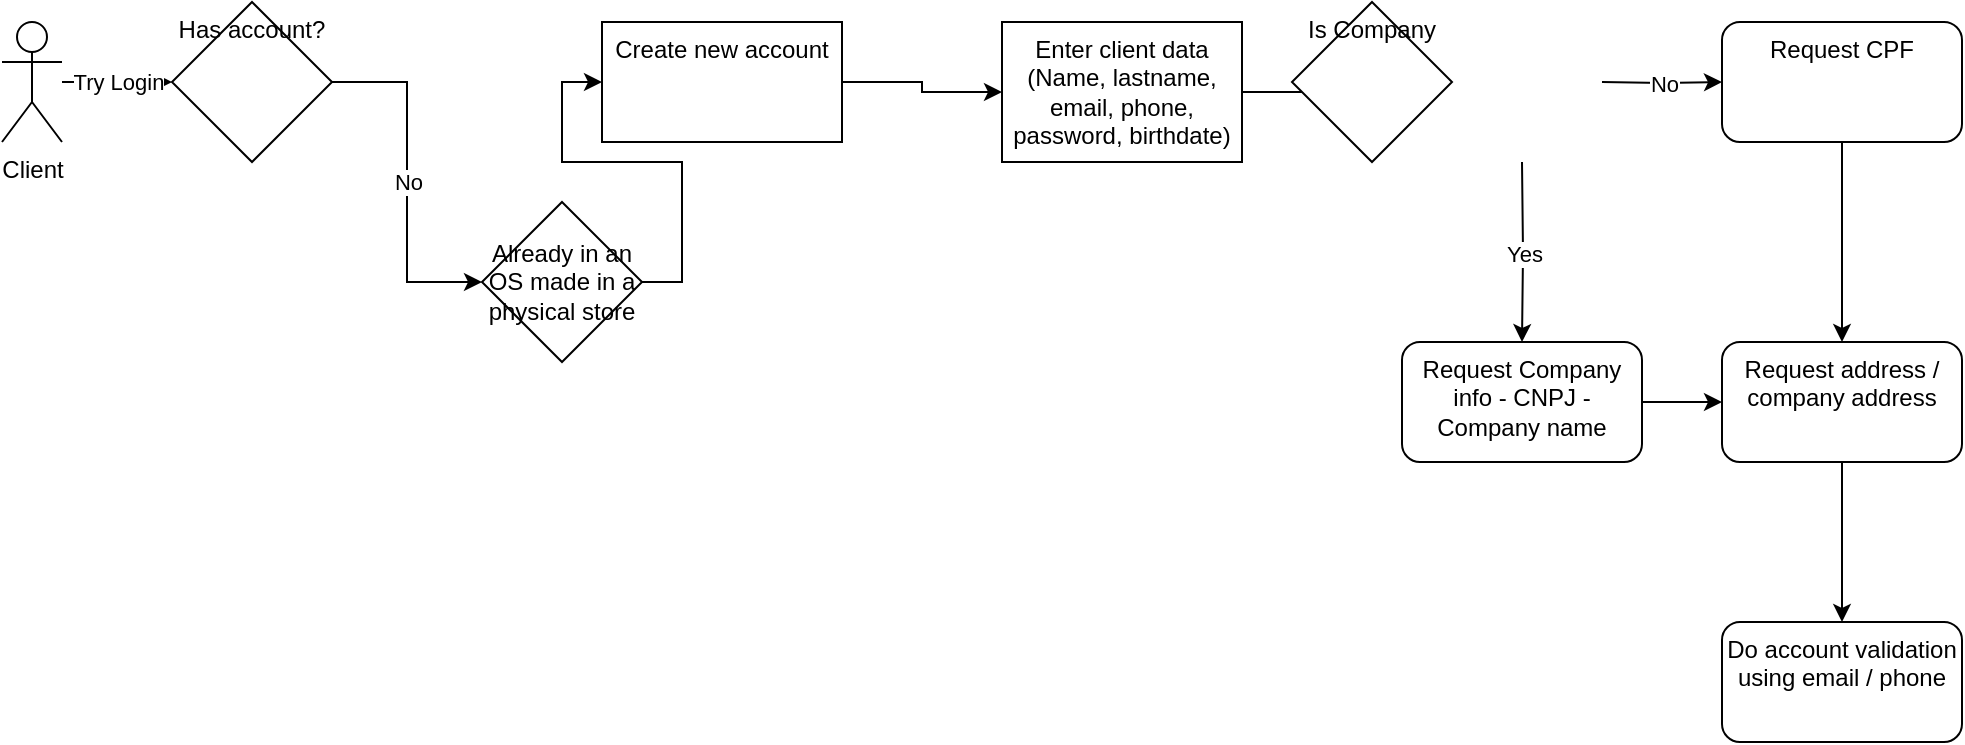
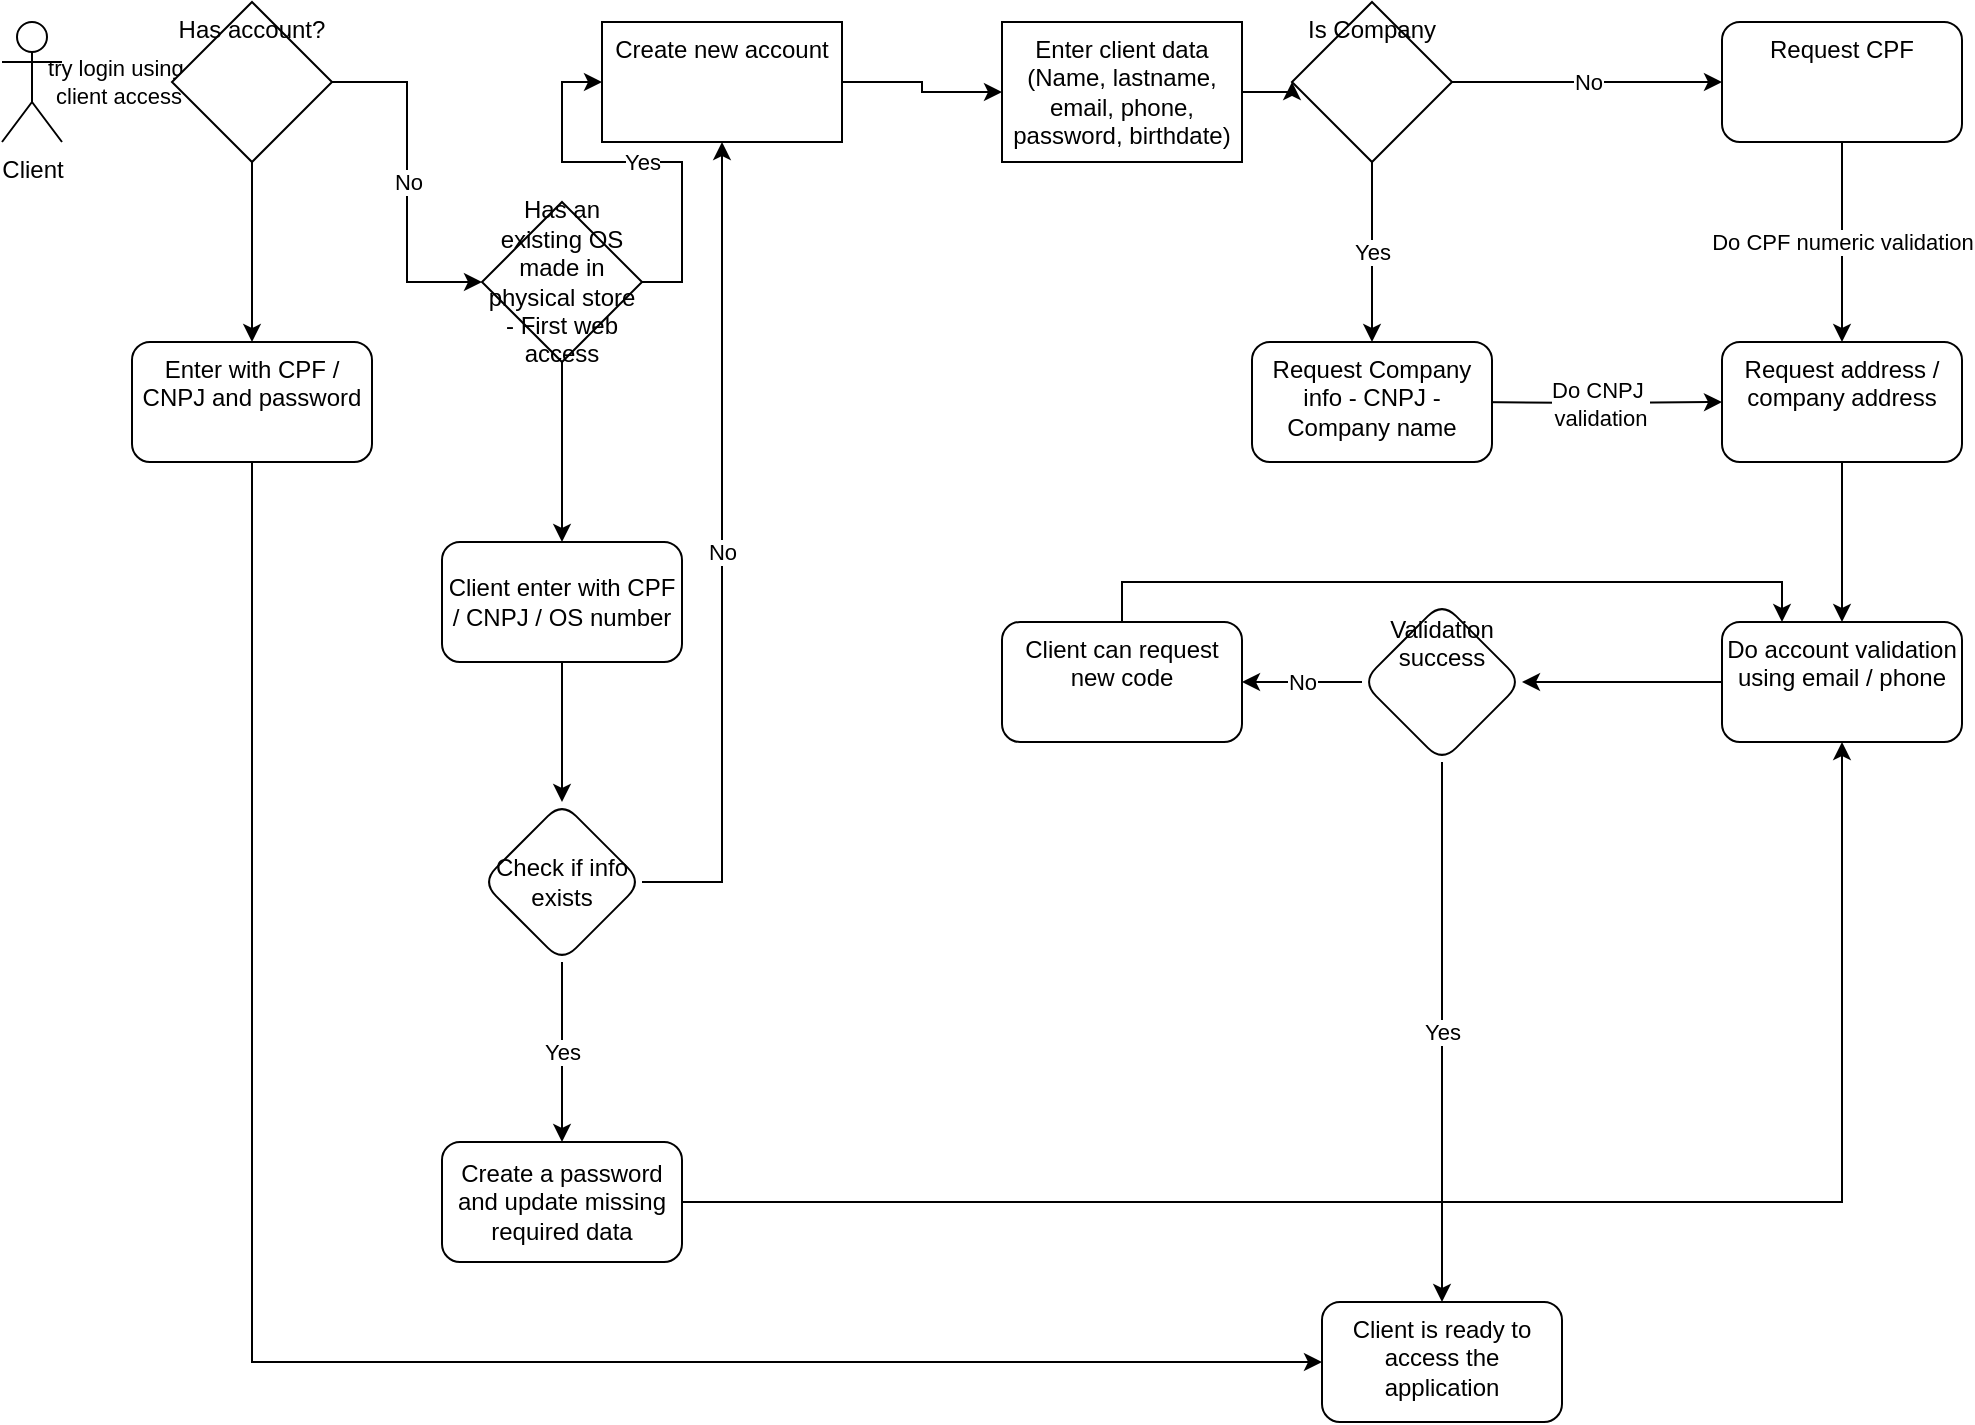
<mxfile host="app.diagrams.net">
  <diagram name="Página-1" id="w7HYpww9-J7Z20PZzRJU">
-     <mxGraphModel dx="1414" dy="743" grid="1" gridSize="10" guides="1" tooltips="1" connect="1" arrows="1" fold="1" page="1" pageScale="1" pageWidth="827" pageHeight="1169" math="0" shadow="0">
+     <mxGraphModel dx="1664" dy="874" grid="1" gridSize="10" guides="1" tooltips="1" connect="1" arrows="1" fold="1" page="1" pageScale="1" pageWidth="827" pageHeight="1169" math="0" shadow="0">
      <root>
        <mxCell id="0" />
        <mxCell id="1" parent="0" />
-         <mxCell id="S1UZLs32Uq9Vu9_8KYrw-8" edge="1" parent="1" source="S1UZLs32Uq9Vu9_8KYrw-1" style="edgeStyle=orthogonalEdgeStyle;rounded=0;orthogonalLoop=1;jettySize=auto;html=1;" target="S1UZLs32Uq9Vu9_8KYrw-7" value="Try Login">
-           <mxGeometry relative="1" as="geometry" />
+         <mxCell id="S1UZLs32Uq9Vu9_8KYrw-8" edge="1" parent="1" source="S1UZLs32Uq9Vu9_8KYrw-1" style="edgeStyle=orthogonalEdgeStyle;rounded=0;orthogonalLoop=1;jettySize=auto;html=1;" target="S1UZLs32Uq9Vu9_8KYrw-7" value="try login using&amp;nbsp;&lt;div&gt;client access&lt;/div&gt;">
+           <mxGeometry relative="1" x="0.0182" as="geometry">
+             <mxPoint as="offset" />
+           </mxGeometry>
        </mxCell>
        <mxCell id="S1UZLs32Uq9Vu9_8KYrw-1" parent="1" style="shape=umlActor;verticalLabelPosition=bottom;verticalAlign=top;html=1;outlineConnect=0;" value="Client" vertex="1">
          <mxGeometry height="60" width="30" x="10" y="10" as="geometry" />
        </mxCell>
        <mxCell id="S1UZLs32Uq9Vu9_8KYrw-10" edge="1" parent="1" source="S1UZLs32Uq9Vu9_8KYrw-7" style="edgeStyle=orthogonalEdgeStyle;rounded=0;orthogonalLoop=1;jettySize=auto;html=1;entryX=0;entryY=0.5;entryDx=0;entryDy=0;" target="S1UZLs32Uq9Vu9_8KYrw-26" value="No">
          <mxGeometry relative="1" as="geometry">
            <mxPoint x="240" y="40" as="targetPoint" />
          </mxGeometry>
        </mxCell>
+         <mxCell id="euwPyyy4HeOdZjgNxWr8-26" edge="1" parent="1" source="S1UZLs32Uq9Vu9_8KYrw-7" style="edgeStyle=orthogonalEdgeStyle;rounded=0;orthogonalLoop=1;jettySize=auto;html=1;" target="euwPyyy4HeOdZjgNxWr8-25" value="">
+           <mxGeometry relative="1" as="geometry" />
+         </mxCell>
        <mxCell id="S1UZLs32Uq9Vu9_8KYrw-7" parent="1" style="rhombus;whiteSpace=wrap;html=1;verticalAlign=top;" value="Has account?" vertex="1">
          <mxGeometry height="80" width="80" x="95" as="geometry" />
        </mxCell>
-         <mxCell id="S1UZLs32Uq9Vu9_8KYrw-12" edge="1" parent="1" source="S1UZLs32Uq9Vu9_8KYrw-9" style="edgeStyle=orthogonalEdgeStyle;rounded=0;orthogonalLoop=1;jettySize=auto;html=1;" target="S1UZLs32Uq9Vu9_8KYrw-11" value="">
-           <mxGeometry relative="1" as="geometry" />
+         <mxCell id="S1UZLs32Uq9Vu9_8KYrw-12" edge="1" parent="1" source="S1UZLs32Uq9Vu9_8KYrw-9" style="edgeStyle=orthogonalEdgeStyle;rounded=0;orthogonalLoop=1;jettySize=auto;html=1;entryX=0;entryY=0.5;entryDx=0;entryDy=0;" target="S1UZLs32Uq9Vu9_8KYrw-11" value="">
+           <mxGeometry relative="1" as="geometry">
+             <Array as="points">
+               <mxPoint x="470" y="40" />
+               <mxPoint x="470" y="45" />
+             </Array>
+             <mxPoint x="480" y="100" as="targetPoint" />
+           </mxGeometry>
        </mxCell>
        <mxCell id="S1UZLs32Uq9Vu9_8KYrw-9" parent="1" style="whiteSpace=wrap;html=1;verticalAlign=top;" value="Create new account" vertex="1">
          <mxGeometry height="60" width="120" x="310" y="10" as="geometry" />
        </mxCell>
-         <mxCell id="S1UZLs32Uq9Vu9_8KYrw-14" edge="1" parent="1" source="S1UZLs32Uq9Vu9_8KYrw-11" style="edgeStyle=orthogonalEdgeStyle;rounded=0;orthogonalLoop=1;jettySize=auto;html=1;" value="">
-           <mxGeometry relative="1" as="geometry">
-             <mxPoint x="730" y="40" as="targetPoint" />
-           </mxGeometry>
+         <mxCell id="euwPyyy4HeOdZjgNxWr8-1" edge="1" parent="1" source="S1UZLs32Uq9Vu9_8KYrw-11" style="edgeStyle=orthogonalEdgeStyle;rounded=0;orthogonalLoop=1;jettySize=auto;html=1;exitX=1;exitY=0.5;exitDx=0;exitDy=0;entryX=0;entryY=0.5;entryDx=0;entryDy=0;" target="S1UZLs32Uq9Vu9_8KYrw-13">
+           <mxGeometry relative="1" as="geometry" />
        </mxCell>
        <mxCell id="S1UZLs32Uq9Vu9_8KYrw-11" parent="1" style="whiteSpace=wrap;html=1;verticalAlign=top;" value="Enter client data (Name, lastname, email, phone, password, birthdate)" vertex="1">
          <mxGeometry height="70" width="120" x="510" y="10" as="geometry" />
        </mxCell>
-         <mxCell id="S1UZLs32Uq9Vu9_8KYrw-16" edge="1" parent="1" style="edgeStyle=orthogonalEdgeStyle;rounded=0;orthogonalLoop=1;jettySize=auto;html=1;" target="S1UZLs32Uq9Vu9_8KYrw-15" value="Yes">
+         <mxCell id="S1UZLs32Uq9Vu9_8KYrw-16" edge="1" parent="1" source="S1UZLs32Uq9Vu9_8KYrw-13" style="edgeStyle=orthogonalEdgeStyle;rounded=0;orthogonalLoop=1;jettySize=auto;html=1;exitX=0.5;exitY=1;exitDx=0;exitDy=0;" target="S1UZLs32Uq9Vu9_8KYrw-15" value="Yes">
          <mxGeometry relative="1" as="geometry">
            <mxPoint x="770" y="80" as="sourcePoint" />
          </mxGeometry>
        </mxCell>
-         <mxCell id="S1UZLs32Uq9Vu9_8KYrw-18" edge="1" parent="1" style="edgeStyle=orthogonalEdgeStyle;rounded=0;orthogonalLoop=1;jettySize=auto;html=1;" target="S1UZLs32Uq9Vu9_8KYrw-17" value="No">
+         <mxCell id="S1UZLs32Uq9Vu9_8KYrw-18" edge="1" parent="1" source="S1UZLs32Uq9Vu9_8KYrw-13" style="edgeStyle=orthogonalEdgeStyle;rounded=0;orthogonalLoop=1;jettySize=auto;html=1;exitX=1;exitY=0.5;exitDx=0;exitDy=0;" target="S1UZLs32Uq9Vu9_8KYrw-17" value="No">
          <mxGeometry relative="1" as="geometry">
            <mxPoint x="810" y="40" as="sourcePoint" />
          </mxGeometry>
        </mxCell>
        <mxCell id="S1UZLs32Uq9Vu9_8KYrw-13" parent="1" style="rhombus;whiteSpace=wrap;html=1;verticalAlign=top;" value="Is Company" vertex="1">
          <mxGeometry height="80" width="80" x="655" as="geometry" />
        </mxCell>
-         <mxCell id="S1UZLs32Uq9Vu9_8KYrw-21" edge="1" parent="1" source="S1UZLs32Uq9Vu9_8KYrw-15" style="edgeStyle=orthogonalEdgeStyle;rounded=0;orthogonalLoop=1;jettySize=auto;html=1;exitX=1;exitY=0.5;exitDx=0;exitDy=0;entryX=0;entryY=0.5;entryDx=0;entryDy=0;" target="S1UZLs32Uq9Vu9_8KYrw-19">
-           <mxGeometry relative="1" as="geometry" />
+         <mxCell id="S1UZLs32Uq9Vu9_8KYrw-21" edge="1" parent="1" style="edgeStyle=orthogonalEdgeStyle;rounded=0;orthogonalLoop=1;jettySize=auto;html=1;exitX=1;exitY=0.5;exitDx=0;exitDy=0;entryX=0;entryY=0.5;entryDx=0;entryDy=0;" target="S1UZLs32Uq9Vu9_8KYrw-19" value="Do CNPJ&amp;nbsp;&lt;div&gt;validation&lt;/div&gt;">
+           <mxGeometry relative="1" as="geometry">
+             <mxPoint x="746" y="200" as="sourcePoint" />
+             <mxPoint x="861" y="200" as="targetPoint" />
+           </mxGeometry>
        </mxCell>
        <mxCell id="S1UZLs32Uq9Vu9_8KYrw-15" parent="1" style="rounded=1;whiteSpace=wrap;html=1;verticalAlign=top;" value="Request Company info - CNPJ - Company name" vertex="1">
-           <mxGeometry height="60" width="120" x="710" y="170" as="geometry" />
+           <mxGeometry height="60" width="120" x="635" y="170" as="geometry" />
        </mxCell>
-         <mxCell id="S1UZLs32Uq9Vu9_8KYrw-20" edge="1" parent="1" source="S1UZLs32Uq9Vu9_8KYrw-17" style="edgeStyle=orthogonalEdgeStyle;rounded=0;orthogonalLoop=1;jettySize=auto;html=1;" target="S1UZLs32Uq9Vu9_8KYrw-19" value="">
+         <mxCell id="S1UZLs32Uq9Vu9_8KYrw-20" edge="1" parent="1" source="S1UZLs32Uq9Vu9_8KYrw-17" style="edgeStyle=orthogonalEdgeStyle;rounded=0;orthogonalLoop=1;jettySize=auto;html=1;" target="S1UZLs32Uq9Vu9_8KYrw-19" value="Do CPF numeric validation">
          <mxGeometry relative="1" as="geometry" />
        </mxCell>
        <mxCell id="S1UZLs32Uq9Vu9_8KYrw-17" parent="1" style="rounded=1;whiteSpace=wrap;html=1;verticalAlign=top;" value="Request CPF" vertex="1">
          <mxGeometry height="60" width="120" x="870" y="10" as="geometry" />
        </mxCell>
        <mxCell id="S1UZLs32Uq9Vu9_8KYrw-23" edge="1" parent="1" source="S1UZLs32Uq9Vu9_8KYrw-19" style="edgeStyle=orthogonalEdgeStyle;rounded=0;orthogonalLoop=1;jettySize=auto;html=1;" target="S1UZLs32Uq9Vu9_8KYrw-22" value="">
          <mxGeometry relative="1" as="geometry" />
        </mxCell>
        <mxCell id="S1UZLs32Uq9Vu9_8KYrw-19" parent="1" style="rounded=1;whiteSpace=wrap;html=1;verticalAlign=top;" value="Request address / company address" vertex="1">
          <mxGeometry height="60" width="120" x="870" y="170" as="geometry" />
        </mxCell>
+         <mxCell id="euwPyyy4HeOdZjgNxWr8-3" edge="1" parent="1" source="S1UZLs32Uq9Vu9_8KYrw-22" style="edgeStyle=orthogonalEdgeStyle;rounded=0;orthogonalLoop=1;jettySize=auto;html=1;" target="euwPyyy4HeOdZjgNxWr8-2" value="">
+           <mxGeometry relative="1" as="geometry" />
+         </mxCell>
        <mxCell id="S1UZLs32Uq9Vu9_8KYrw-22" parent="1" style="whiteSpace=wrap;html=1;verticalAlign=top;rounded=1;" value="Do account validation using email / phone" vertex="1">
          <mxGeometry height="60" width="120" x="870" y="310" as="geometry" />
        </mxCell>
-         <mxCell id="S1UZLs32Uq9Vu9_8KYrw-27" edge="1" parent="1" source="S1UZLs32Uq9Vu9_8KYrw-26" style="edgeStyle=orthogonalEdgeStyle;rounded=0;orthogonalLoop=1;jettySize=auto;html=1;exitX=1;exitY=0.5;exitDx=0;exitDy=0;entryX=0;entryY=0.5;entryDx=0;entryDy=0;" target="S1UZLs32Uq9Vu9_8KYrw-9">
+         <mxCell id="S1UZLs32Uq9Vu9_8KYrw-27" edge="1" parent="1" source="S1UZLs32Uq9Vu9_8KYrw-26" style="edgeStyle=orthogonalEdgeStyle;rounded=0;orthogonalLoop=1;jettySize=auto;html=1;exitX=1;exitY=0.5;exitDx=0;exitDy=0;entryX=0;entryY=0.5;entryDx=0;entryDy=0;" target="S1UZLs32Uq9Vu9_8KYrw-9" value="Yes">
          <mxGeometry relative="1" as="geometry" />
        </mxCell>
-         <mxCell id="S1UZLs32Uq9Vu9_8KYrw-26" parent="1" style="rhombus;whiteSpace=wrap;html=1;" value="Already in an OS made in a physical store" vertex="1">
+         <mxCell id="euwPyyy4HeOdZjgNxWr8-12" edge="1" parent="1" source="S1UZLs32Uq9Vu9_8KYrw-26" style="edgeStyle=orthogonalEdgeStyle;rounded=0;orthogonalLoop=1;jettySize=auto;html=1;" target="euwPyyy4HeOdZjgNxWr8-11" value="">
+           <mxGeometry relative="1" as="geometry" />
+         </mxCell>
+         <mxCell id="S1UZLs32Uq9Vu9_8KYrw-26" parent="1" style="rhombus;whiteSpace=wrap;html=1;" value="Has an existing OS made in physical store - First web access" vertex="1">
          <mxGeometry height="80" width="80" x="250" y="100" as="geometry" />
+         </mxCell>
+         <mxCell id="euwPyyy4HeOdZjgNxWr8-5" edge="1" parent="1" source="euwPyyy4HeOdZjgNxWr8-2" style="edgeStyle=orthogonalEdgeStyle;rounded=0;orthogonalLoop=1;jettySize=auto;html=1;" target="euwPyyy4HeOdZjgNxWr8-4" value="Yes">
+           <mxGeometry relative="1" as="geometry" />
+         </mxCell>
+         <mxCell id="euwPyyy4HeOdZjgNxWr8-7" edge="1" parent="1" source="euwPyyy4HeOdZjgNxWr8-2" style="edgeStyle=orthogonalEdgeStyle;rounded=0;orthogonalLoop=1;jettySize=auto;html=1;" target="euwPyyy4HeOdZjgNxWr8-6" value="No">
+           <mxGeometry relative="1" as="geometry" />
+         </mxCell>
+         <mxCell id="euwPyyy4HeOdZjgNxWr8-2" parent="1" style="rhombus;whiteSpace=wrap;html=1;verticalAlign=top;rounded=1;" value="Validation success" vertex="1">
+           <mxGeometry height="80" width="80" x="690" y="300" as="geometry" />
+         </mxCell>
+         <mxCell id="euwPyyy4HeOdZjgNxWr8-4" parent="1" style="whiteSpace=wrap;html=1;verticalAlign=top;rounded=1;" value="Client is ready to access the application" vertex="1">
+           <mxGeometry height="60" width="120" x="670" y="650" as="geometry" />
+         </mxCell>
+         <mxCell id="euwPyyy4HeOdZjgNxWr8-10" edge="1" parent="1" source="euwPyyy4HeOdZjgNxWr8-6" style="edgeStyle=orthogonalEdgeStyle;rounded=0;orthogonalLoop=1;jettySize=auto;html=1;exitX=0.5;exitY=0;exitDx=0;exitDy=0;entryX=0.25;entryY=0;entryDx=0;entryDy=0;" target="S1UZLs32Uq9Vu9_8KYrw-22">
+           <mxGeometry relative="1" as="geometry" />
+         </mxCell>
+         <mxCell id="euwPyyy4HeOdZjgNxWr8-6" parent="1" style="whiteSpace=wrap;html=1;verticalAlign=top;rounded=1;" value="Client can request new code" vertex="1">
+           <mxGeometry height="60" width="120" x="510" y="310" as="geometry" />
+         </mxCell>
+         <mxCell id="euwPyyy4HeOdZjgNxWr8-18" edge="1" parent="1" source="euwPyyy4HeOdZjgNxWr8-11" style="edgeStyle=orthogonalEdgeStyle;rounded=0;orthogonalLoop=1;jettySize=auto;html=1;" target="euwPyyy4HeOdZjgNxWr8-17" value="">
+           <mxGeometry relative="1" as="geometry" />
+         </mxCell>
+         <mxCell id="euwPyyy4HeOdZjgNxWr8-11" parent="1" style="rounded=1;whiteSpace=wrap;html=1;" value="Client enter with CPF / CNPJ / OS number" vertex="1">
+           <mxGeometry height="60" width="120" x="230" y="270" as="geometry" />
+         </mxCell>
+         <mxCell id="euwPyyy4HeOdZjgNxWr8-21" edge="1" parent="1" source="euwPyyy4HeOdZjgNxWr8-17" style="edgeStyle=orthogonalEdgeStyle;rounded=0;orthogonalLoop=1;jettySize=auto;html=1;exitX=1;exitY=0.5;exitDx=0;exitDy=0;entryX=0.5;entryY=1;entryDx=0;entryDy=0;" target="S1UZLs32Uq9Vu9_8KYrw-9" value="No">
+           <mxGeometry relative="1" as="geometry" />
+         </mxCell>
+         <mxCell id="euwPyyy4HeOdZjgNxWr8-23" edge="1" parent="1" source="euwPyyy4HeOdZjgNxWr8-17" style="edgeStyle=orthogonalEdgeStyle;rounded=0;orthogonalLoop=1;jettySize=auto;html=1;" target="euwPyyy4HeOdZjgNxWr8-22" value="Yes">
+           <mxGeometry relative="1" as="geometry" />
+         </mxCell>
+         <mxCell id="euwPyyy4HeOdZjgNxWr8-17" parent="1" style="rhombus;whiteSpace=wrap;html=1;rounded=1;" value="Check if info exists" vertex="1">
+           <mxGeometry height="80" width="80" x="250" y="400" as="geometry" />
+         </mxCell>
+         <mxCell id="euwPyyy4HeOdZjgNxWr8-24" edge="1" parent="1" source="euwPyyy4HeOdZjgNxWr8-22" style="edgeStyle=orthogonalEdgeStyle;rounded=0;orthogonalLoop=1;jettySize=auto;html=1;exitX=1;exitY=0.5;exitDx=0;exitDy=0;entryX=0.5;entryY=1;entryDx=0;entryDy=0;" target="S1UZLs32Uq9Vu9_8KYrw-22">
+           <mxGeometry relative="1" as="geometry" />
+         </mxCell>
+         <mxCell id="euwPyyy4HeOdZjgNxWr8-22" parent="1" style="whiteSpace=wrap;html=1;rounded=1;" value="Create a password and update missing required data" vertex="1">
+           <mxGeometry height="60" width="120" x="230" y="570" as="geometry" />
+         </mxCell>
+         <mxCell id="euwPyyy4HeOdZjgNxWr8-27" edge="1" parent="1" source="euwPyyy4HeOdZjgNxWr8-25" style="edgeStyle=orthogonalEdgeStyle;rounded=0;orthogonalLoop=1;jettySize=auto;html=1;exitX=0.5;exitY=1;exitDx=0;exitDy=0;entryX=0;entryY=0.5;entryDx=0;entryDy=0;" target="euwPyyy4HeOdZjgNxWr8-4">
+           <mxGeometry relative="1" as="geometry" />
+         </mxCell>
+         <mxCell id="euwPyyy4HeOdZjgNxWr8-25" parent="1" style="rounded=1;whiteSpace=wrap;html=1;verticalAlign=top;" value="Enter with CPF / CNPJ and password" vertex="1">
+           <mxGeometry height="60" width="120" x="75" y="170" as="geometry" />
        </mxCell>
      </root>
    </mxGraphModel>
  </diagram>
</mxfile>
